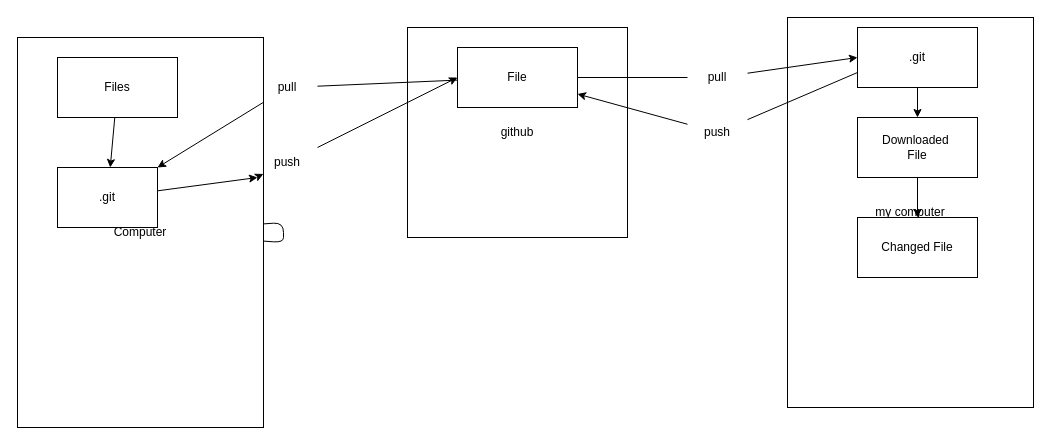
Above: diagram.drawio in SoumyaCO/github-demo (draw.io), before the change. Source tidied: cells renumbered, new cells numbered last; positions are measured from the earlier drawing's top-left corner, leaving out a move shared by most shapes. Both pictures are drawn from the tidied source at 100%, with x=0, y=0 at pixel (17, 17).
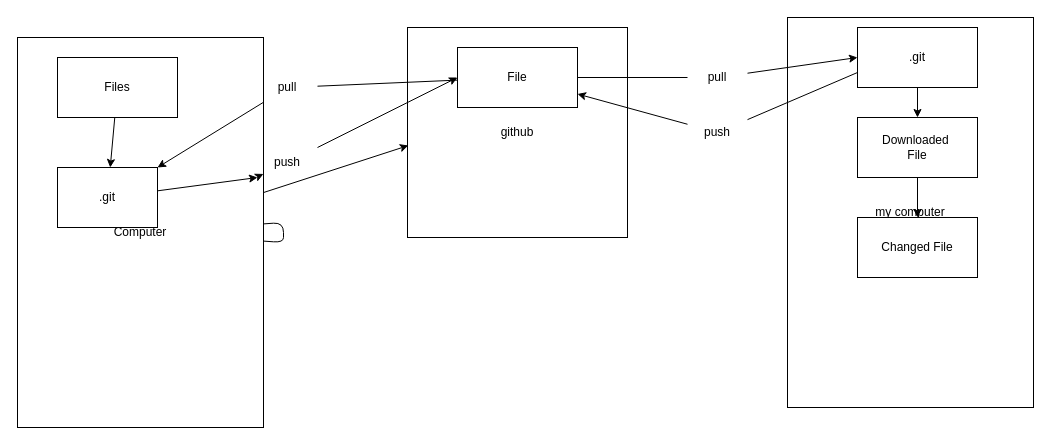
After the change.

The change refers to these unchanged cells:
```xml
<mxCell id="2" value="Computer" style="whiteSpace=wrap;html=1;" parent="1" vertex="1">
  <mxGeometry y="20" width="246" height="390" as="geometry" />
</mxCell>
<mxCell id="9" value="github&lt;br&gt;" style="whiteSpace=wrap;html=1;" parent="1" vertex="1">
  <mxGeometry x="390" y="10" width="220" height="210" as="geometry" />
</mxCell>
```

What changed in the source:
```diff
@@
+    <mxCell id="29" style="edgeStyle=none;html=1;entryX=0.004;entryY=0.562;entryDx=0;entryDy=0;entryPerimeter=0;" parent="1" edge="1" source="2" target="9">
+      <mxGeometry relative="1" as="geometry" />
+    </mxCell>
```
